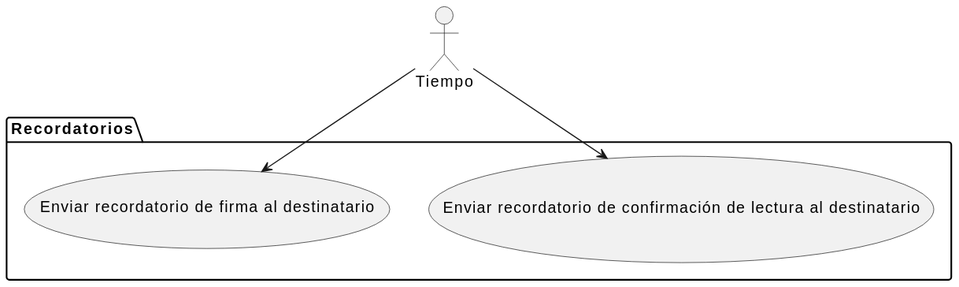
Above: docs/casosDeUso/diagramaCasosDeUso/tiempo/manejoNotificaciones/manejoNotificaciones.svg in mmasias/24-25-IdSw1-SDR (PlantUML), before the change. The source it was exported from:
```plantuml
@startuml
actor "Tiempo" as Tiempo

package "Recordatorios" {
    usecase "Enviar recordatorio de confirmación de lectura al destinatario" as R1
    usecase "Enviar recordatorio de firma al destinatario" as R2
}

Tiempo --> R1
Tiempo --> R2
@enduml
```
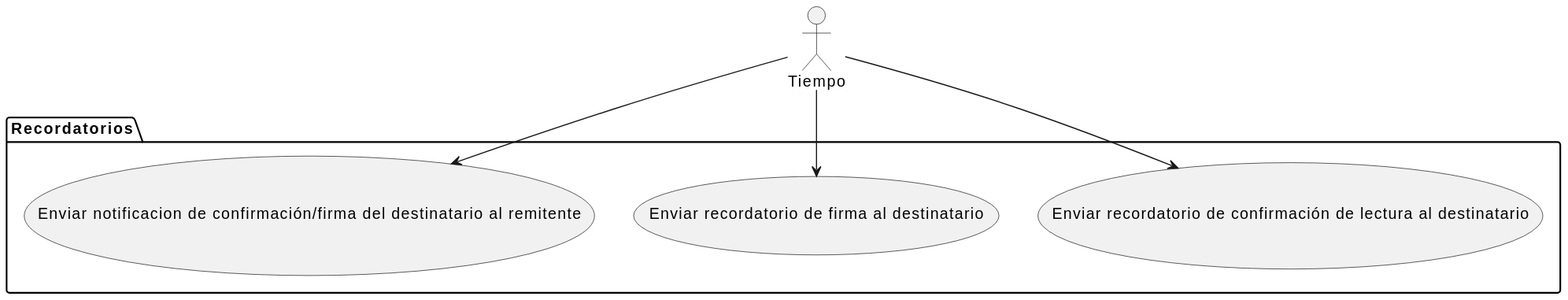
After the commit.

Commit message:
docs: actualizar el caso de uso de manejo de notificaciones

What changed in the source:
```diff
@@ -4,8 +4,10 @@
 package "Recordatorios" {
     usecase "Enviar recordatorio de confirmación de lectura al destinatario" as R1
     usecase "Enviar recordatorio de firma al destinatario" as R2
+    usecase "Enviar notificacion de confirmación/firma del destinatario al remitente" as R3
 }
 
 Tiempo --> R1
 Tiempo --> R2
+Tiempo --> R3
 @enduml
```
